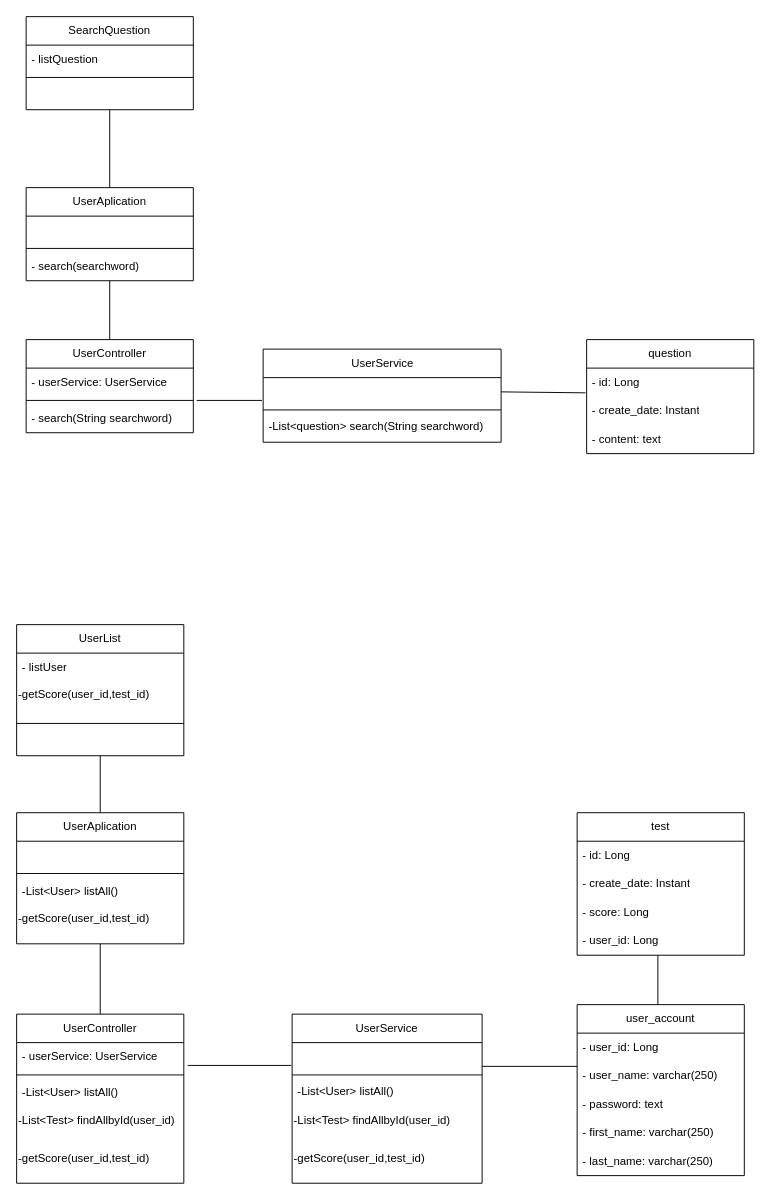
Before: page "Phong" (7 of 16) of Doc/Untitled Diagram.drawio in SWD392/SmallQuiz, a draw.io diagram. Source tidied: cells renumbered, new cells numbered last; positions are measured from the earlier drawing's top-left corner, leaving out a move shared by most shapes. Both pictures are drawn from the tidied source at 95%, with x=0, y=0 at pixel (16, 16).
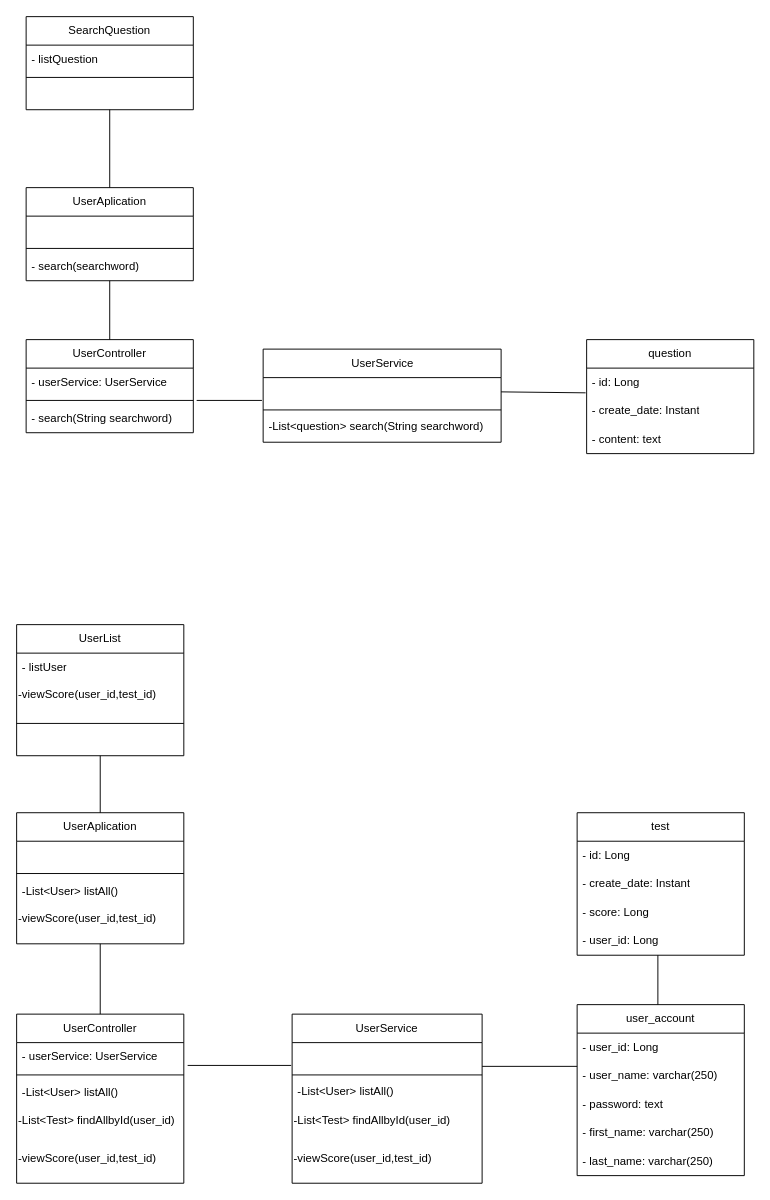
The same diagram, later.

The change refers to these unchanged cells:
```xml
<mxCell id="22" value="UserService" style="swimlane;fontStyle=0;horizontal=1;startSize=30;whiteSpace=wrap;html=1;" parent="1" vertex="1">
  <mxGeometry x="290" y="1050" width="200" height="178" as="geometry" />
</mxCell>
<mxCell id="28" value="UserController" style="swimlane;fontStyle=0;horizontal=1;startSize=30;whiteSpace=wrap;html=1;" parent="1" vertex="1">
  <mxGeometry y="1050" width="176" height="178" as="geometry" />
</mxCell>
<mxCell id="34" value="UserAplication" style="swimlane;fontStyle=0;horizontal=1;startSize=30;whiteSpace=wrap;html=1;" parent="1" vertex="1">
  <mxGeometry y="838" width="176" height="138" as="geometry" />
</mxCell>
<mxCell id="39" value="UserList" style="swimlane;fontStyle=0;horizontal=1;startSize=30;whiteSpace=wrap;html=1;" parent="1" vertex="1">
  <mxGeometry y="640" width="176" height="138" as="geometry" />
</mxCell>
```

What changed in the source:
```diff
@@
-    <mxCell id="27" value="-getScore(user_id,test_id)" style="text;whiteSpace=wrap;html=1;" parent="22" vertex="1">
+    <mxCell id="27" value="-viewScore(user_id,test_id)" style="text;whiteSpace=wrap;html=1;" parent="22" vertex="1">
       <mxGeometry y="138" width="200" height="40" as="geometry" />
     </mxCell>
@@
-    <mxCell id="33" value="-getScore(user_id,test_id)" style="text;whiteSpace=wrap;html=1;" parent="28" vertex="1">
+    <mxCell id="33" value="-viewScore(user_id,test_id)" style="text;whiteSpace=wrap;html=1;" parent="28" vertex="1">
       <mxGeometry y="138" width="176" height="40" as="geometry" />
     </mxCell>
@@
-    <mxCell id="38" value="-getScore(user_id,test_id)" style="text;whiteSpace=wrap;html=1;" parent="34" vertex="1">
+    <mxCell id="38" value="-viewScore(user_id,test_id)" style="text;whiteSpace=wrap;html=1;" parent="34" vertex="1">
       <mxGeometry y="98" width="176" height="40" as="geometry" />
     </mxCell>
@@
-    <mxCell id="41" value="-getScore(user_id,test_id)" style="text;whiteSpace=wrap;html=1;" parent="39" vertex="1">
+    <mxCell id="41" value="-viewScore(user_id,test_id)" style="text;whiteSpace=wrap;html=1;" parent="39" vertex="1">
       <mxGeometry y="60" width="176" height="40" as="geometry" />
     </mxCell>
```
